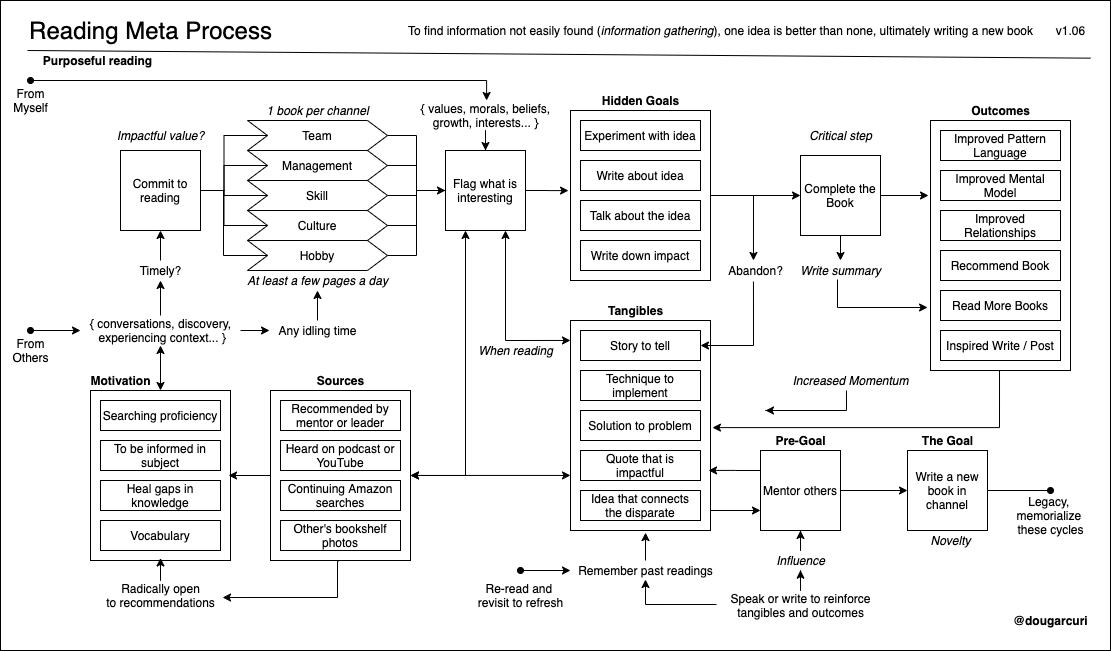
This is books/diagrams/reading-process.png from solidi/learning-notes, a draw.io export, as it was before one commit. Source tidied: cells renumbered, new cells last; positions are measured from the earlier drawing's top-left corner, leaving out a move shared by most shapes.
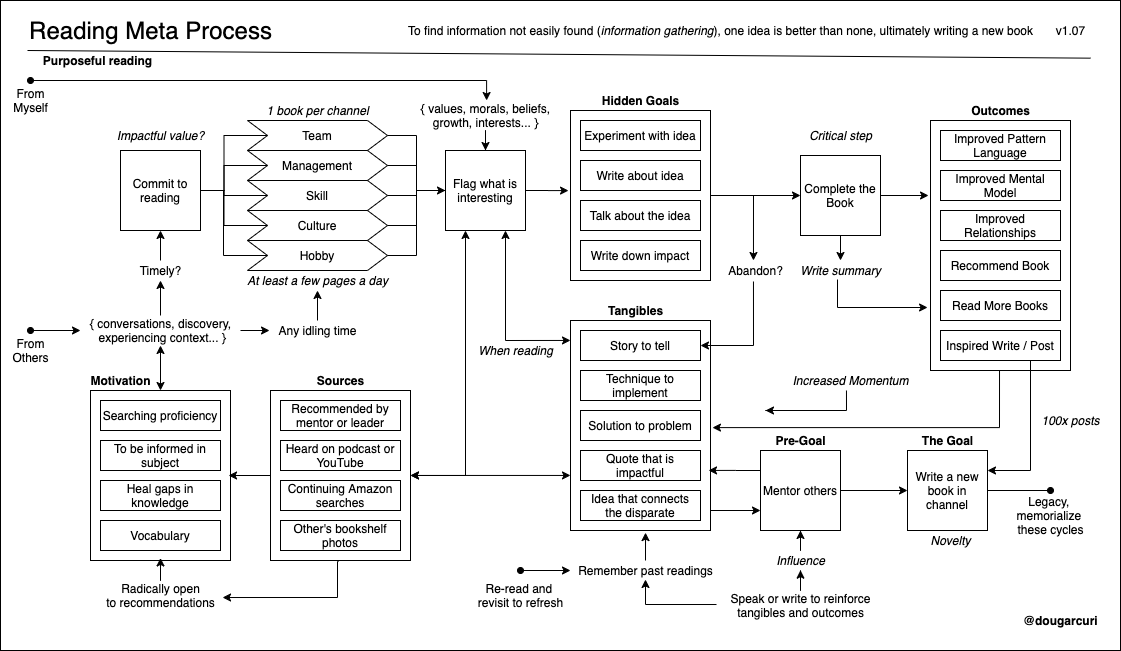
Above is the later version.

Commit message:
Add 100x posts to the reading diagram

What changed in the source:
```diff
@@ -3,7 +3,7 @@
     <mxCell id="0" />
     <mxCell id="1" parent="0" />
     <mxCell id="2" style="rounded=0;whiteSpace=wrap;html=1;fillColor=none;" parent="1" vertex="1">
-      <mxGeometry width="1110" height="650" as="geometry" />
+      <mxGeometry width="1120" height="650" as="geometry" />
     </mxCell>
     <mxCell id="3" style="edgeStyle=orthogonalEdgeStyle;rounded=0;jettySize=auto;html=1;entryX=0.471;entryY=0;entryDx=0;entryDy=0;entryPerimeter=0;startArrow=none;startFill=0;endArrow=classic;endFill=1;" parent="1" edge="1" source="4" target="112">
       <mxGeometry relative="1" as="geometry" />
@@ -82,11 +82,11 @@
     <mxCell id="24" value="Write about idea" style="rounded=0;whiteSpace=wrap;html=1;" parent="1" vertex="1">
       <mxGeometry x="580" y="160" width="120" height="30" as="geometry" />
     </mxCell>
-    <mxCell id="25" value="v1.06" style="text;html=1;align=center;verticalAlign=middle;" parent="1" vertex="1">
+    <mxCell id="25" value="v1.07" style="text;html=1;align=center;verticalAlign=middle;" parent="1" vertex="1">
       <mxGeometry x="1050" y="20" width="40" height="20" as="geometry" />
     </mxCell>
     <mxCell id="26" value="&lt;b&gt;@dougarcuri&lt;/b&gt;" style="text;html=1;align=center;verticalAlign=middle;" parent="1" vertex="1">
-      <mxGeometry x="1005" y="610" width="90" height="20" as="geometry" />
+      <mxGeometry x="1015" y="610" width="90" height="20" as="geometry" />
     </mxCell>
     <mxCell id="27" style="endArrow=none;html=1;entryX=0.991;entryY=0.093;entryDx=0;entryDy=0;entryPerimeter=0;" parent="1" edge="1">
       <mxGeometry relative="1" as="geometry">
@@ -380,6 +380,9 @@
     <mxCell id="113" style="edgeStyle=orthogonalEdgeStyle;rounded=0;jettySize=auto;html=1;entryX=0;entryY=0.5;entryDx=0;entryDy=0;startArrow=none;startFill=0;endArrow=classic;endFill=1;" parent="1" edge="1" source="4" target="41">
       <mxGeometry relative="1" as="geometry" />
     </mxCell>
+    <mxCell id="117" style="edgeStyle=orthogonalEdgeStyle;rounded=0;jettySize=auto;html=1;exitX=0.75;exitY=1;exitDx=0;exitDy=0;entryX=1;entryY=0.25;entryDx=0;entryDy=0;startArrow=none;startFill=0;endArrow=classic;endFill=1;" parent="1" edge="1" source="114" target="59">
+      <mxGeometry relative="1" as="geometry" />
+    </mxCell>
     <mxCell id="114" value="Inspired Write / Post" style="rounded=0;whiteSpace=wrap;html=1;" parent="1" vertex="1">
       <mxGeometry x="940" y="330" width="120" height="30" as="geometry" />
     </mxCell>
@@ -392,5 +395,8 @@
     <mxCell id="116" value="Re-read and &lt;br&gt;revisit to refresh" style="text;html=1;align=center;verticalAlign=middle;" parent="1" vertex="1">
       <mxGeometry x="470" y="580" width="100" height="30" as="geometry" />
     </mxCell>
+    <mxCell id="118" value="&lt;i&gt;100x posts&lt;/i&gt;" style="text;html=1;align=center;verticalAlign=middle;" parent="1" vertex="1">
+      <mxGeometry x="1035" y="410" width="70" height="20" as="geometry" />
+    </mxCell>
   </root>
 </mxGraphModel>
```
